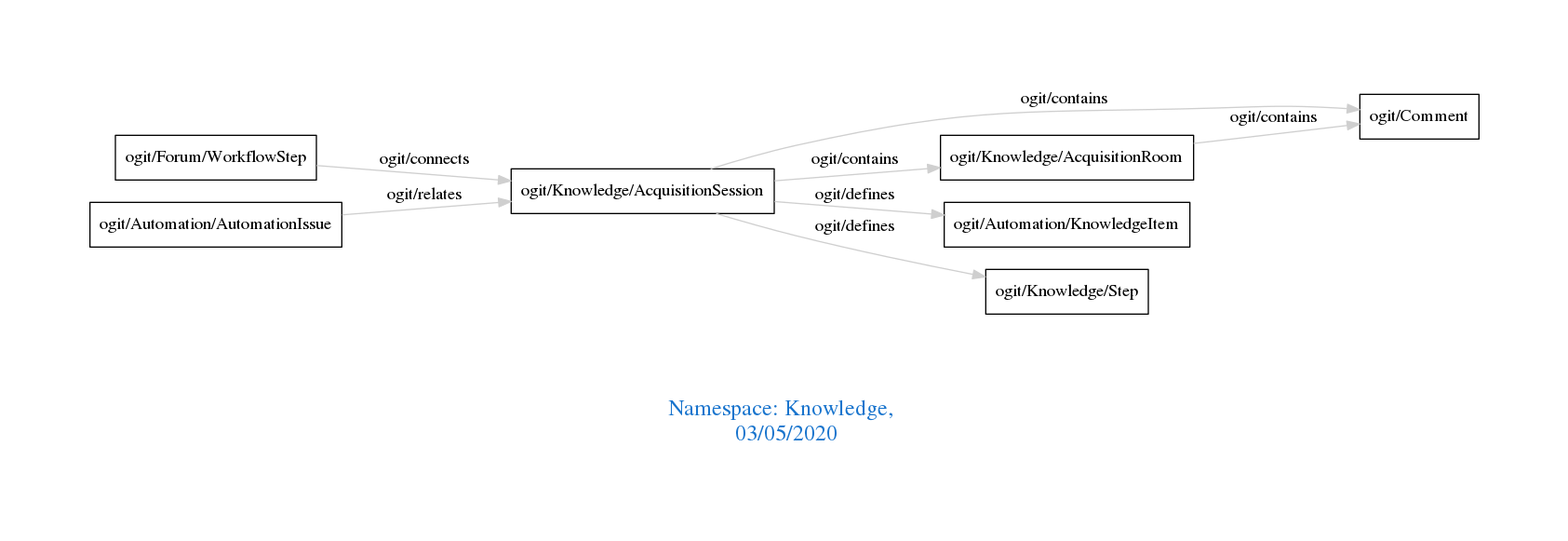
Earlier version of the Graphviz export downloads/Knowledge.png (arago/OGIT). Its source is kept beside it as downloads/Knowledge.dot.
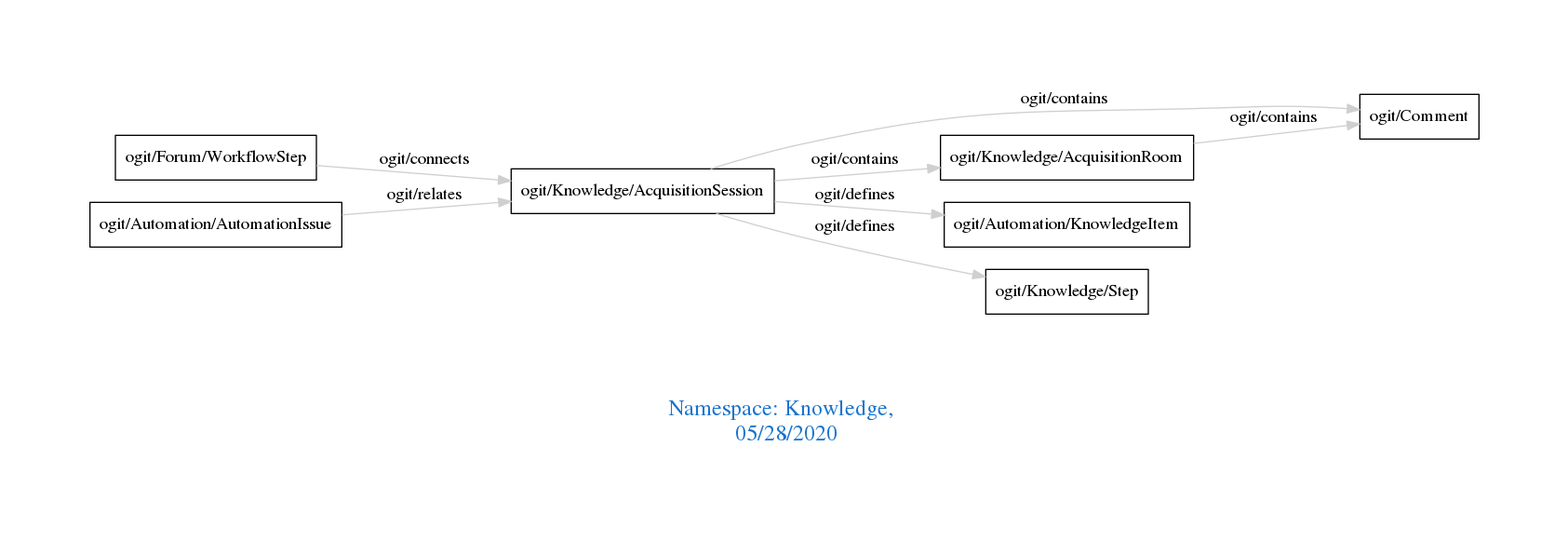
Later version of the same file.

The edit, as a diff of the source:
```diff
@@ -1,7 +1,7 @@
 digraph OGIT_ontology {
  graph [ rankdir= LR,pad=1
 fontsize = 18,
-fontcolor= dodgerblue3,label = "\n\n\nNamespace: Knowledge, \n 03/05/2020"];
+fontcolor= dodgerblue3,label = "\n\n\nNamespace: Knowledge, \n 05/28/2020"];
 node[shape=polygon];
 edge [  color="gray81"];
 
```
